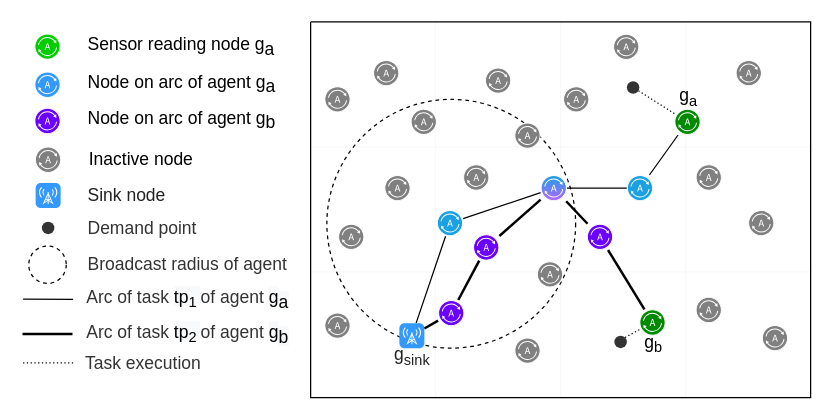
The draw.io diagram source/grid_concept.drawio in sevenmachines/els_energy_optimisation_and_adaptive_coverage_in_wsn_systems, before the edit. Source tidied: cells renumbered, new cells numbered last; positions are measured from the earlier drawing's top-left corner, leaving out a move shared by most shapes. Both pictures are drawn from the tidied source at 125%, with x=0, y=0 at pixel (22, 21).
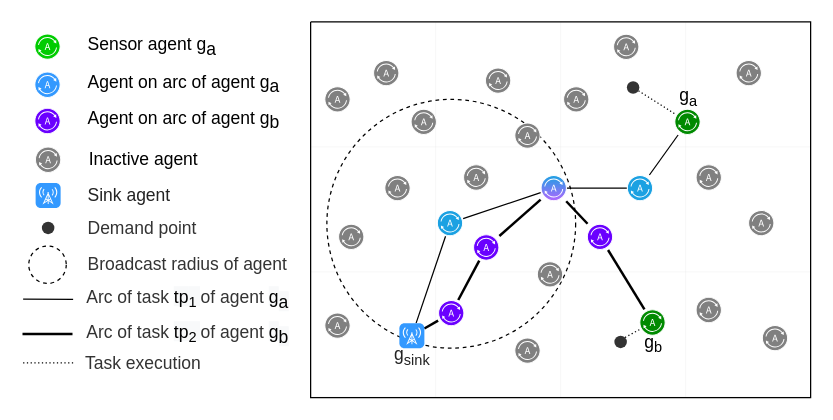
After the change.

Diff of the diagram source:
```diff
@@
-    <mxCell id="8" value="Sensor reading node g&lt;sub style=&quot;font-size: 14px&quot;&gt;a&lt;/sub&gt;" style="shadow=0;dashed=0;html=1;labelPosition=right;verticalLabelPosition=middle;verticalAlign=middle;align=left;shape=mxgraph.veeam2.agent;labelBackgroundColor=none;fillColor=#00CC00;spacingLeft=20;fontSize=14;" parent="1" vertex="1">
+    <mxCell id="8" value="Sensor agent g&lt;sub style=&quot;font-size: 14px&quot;&gt;a&lt;/sub&gt;" style="shadow=0;dashed=0;html=1;labelPosition=right;verticalLabelPosition=middle;verticalAlign=middle;align=left;shape=mxgraph.veeam2.agent;labelBackgroundColor=none;fillColor=#00CC00;spacingLeft=20;fontSize=14;" parent="1" vertex="1">
       <mxGeometry x="9" y="9.3" width="21" height="21" as="geometry" />
     </mxCell>
-    <mxCell id="9" value="Node on arc of agent g&lt;sub style=&quot;font-size: 14px&quot;&gt;a&lt;/sub&gt;" style="shadow=0;dashed=0;html=1;labelPosition=right;verticalLabelPosition=middle;verticalAlign=middle;align=left;shape=mxgraph.veeam2.agent;labelBackgroundColor=none;fillColor=#3399FF;spacingLeft=20;fontSize=14;" parent="1" vertex="1">
+    <mxCell id="9" value="Agent on arc of agent g&lt;sub style=&quot;font-size: 14px&quot;&gt;a&lt;/sub&gt;" style="shadow=0;dashed=0;html=1;labelPosition=right;verticalLabelPosition=middle;verticalAlign=middle;align=left;shape=mxgraph.veeam2.agent;labelBackgroundColor=none;fillColor=#3399FF;spacingLeft=20;fontSize=14;" parent="1" vertex="1">
       <mxGeometry x="9" y="39.8" width="21" height="21" as="geometry" />
     </mxCell>
@@
-    <mxCell id="44" value="Inactive node" style="shadow=0;dashed=0;html=1;labelPosition=right;verticalLabelPosition=middle;verticalAlign=middle;align=left;shape=mxgraph.veeam2.agent;labelBackgroundColor=none;fillColor=#808080;spacingLeft=20;fontSize=14;" parent="1" vertex="1">
+    <mxCell id="44" value="Inactive agent" style="shadow=0;dashed=0;html=1;labelPosition=right;verticalLabelPosition=middle;verticalAlign=middle;align=left;shape=mxgraph.veeam2.agent;labelBackgroundColor=none;fillColor=#808080;spacingLeft=20;fontSize=14;" parent="1" vertex="1">
       <mxGeometry x="9.5" y="99.8" width="21" height="21" as="geometry" />
     </mxCell>
@@
-    <mxCell id="51" value="&lt;font color=&quot;#000000&quot;&gt;Node on arc of agent g&lt;sub style=&quot;font-size: 14px&quot;&gt;b&lt;/sub&gt;&lt;/font&gt;" style="shadow=0;dashed=0;html=1;labelPosition=right;verticalLabelPosition=middle;verticalAlign=middle;align=left;shape=mxgraph.veeam2.agent;labelBackgroundColor=none;fillColor=#6a00ff;spacingLeft=20;fontSize=14;strokeColor=#3700CC;fontColor=#ffffff;" parent="1" vertex="1">
+    <mxCell id="51" value="&lt;font color=&quot;#000000&quot;&gt;Agent on arc of agent g&lt;sub style=&quot;font-size: 14px&quot;&gt;b&lt;/sub&gt;&lt;/font&gt;" style="shadow=0;dashed=0;html=1;labelPosition=right;verticalLabelPosition=middle;verticalAlign=middle;align=left;shape=mxgraph.veeam2.agent;labelBackgroundColor=none;fillColor=#6a00ff;spacingLeft=20;fontSize=14;strokeColor=#3700CC;fontColor=#ffffff;" parent="1" vertex="1">
       <mxGeometry x="9" y="68.8" width="21" height="21" as="geometry" />
     </mxCell>
@@
-    <mxCell id="53" value="Sink node" style="html=1;strokeWidth=1;shadow=0;dashed=0;shape=mxgraph.ios7.misc.broadcast;strokeColor=none;buttonText=;strokeColor2=#222222;fontColor=#222222;fontSize=14;verticalLabelPosition=middle;verticalAlign=middle;align=left;fillColor=#3399FF;spacingTop=0;labelPosition=right;spacingLeft=20;" parent="1" vertex="1">
+    <mxCell id="53" value="Sink agent" style="html=1;strokeWidth=1;shadow=0;dashed=0;shape=mxgraph.ios7.misc.broadcast;strokeColor=none;buttonText=;strokeColor2=#222222;fontColor=#222222;fontSize=14;verticalLabelPosition=middle;verticalAlign=middle;align=left;fillColor=#3399FF;spacingTop=0;labelPosition=right;spacingLeft=20;" parent="1" vertex="1">
       <mxGeometry x="10" y="128.8" width="20" height="20" as="geometry" />
     </mxCell>
```
